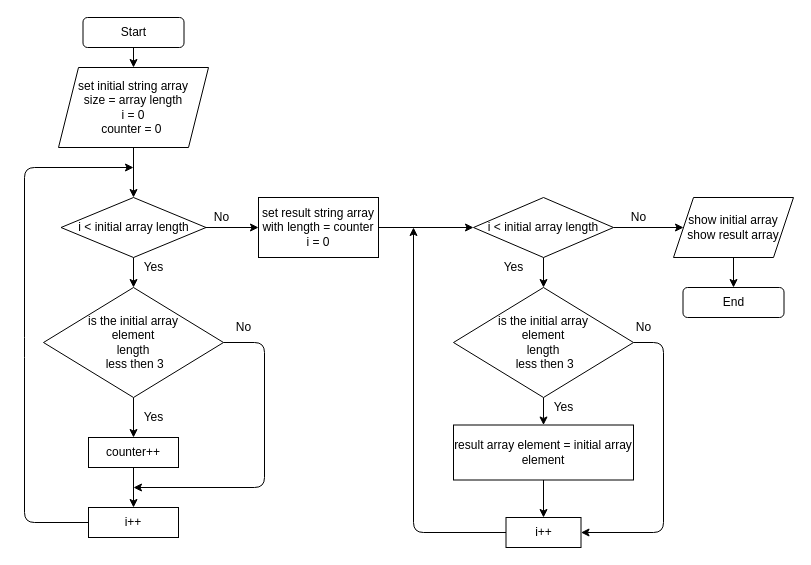
vopisso/GB_Test1 keeps this draw.io diagram as Test1/TestTask.drawio. Above is the earlier version. Source tidied: cells renumbered, new cells numbered last; positions are measured from the earlier drawing's top-left corner, leaving out a move shared by most shapes. Both pictures are drawn from the tidied source at 100%, with x=0, y=0 at pixel (24, 17).
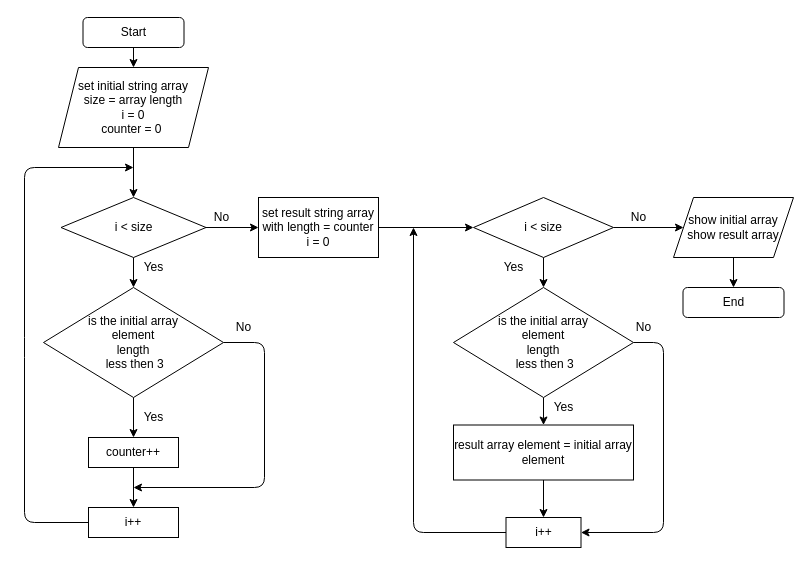
The same page after the edit.

Diff of the diagram source:
```diff
@@
-    <mxCell id="8" value="i &amp;lt; initial array length" style="rhombus;whiteSpace=wrap;html=1;" parent="1" vertex="1">
+    <mxCell id="8" value="i &amp;lt; size" style="rhombus;whiteSpace=wrap;html=1;" parent="1" vertex="1">
       <mxGeometry x="36.5" y="180" width="145" height="60" as="geometry" />
     </mxCell>
@@
-    <mxCell id="24" value="&lt;span&gt;i &amp;lt; initial array length&lt;/span&gt;" style="rhombus;whiteSpace=wrap;html=1;rounded=0;" parent="1" vertex="1">
+    <mxCell id="24" value="&lt;span&gt;i &amp;lt; size&lt;/span&gt;" style="rhombus;whiteSpace=wrap;html=1;rounded=0;" parent="1" vertex="1">
       <mxGeometry x="449" y="180" width="140" height="60" as="geometry" />
     </mxCell>
```
